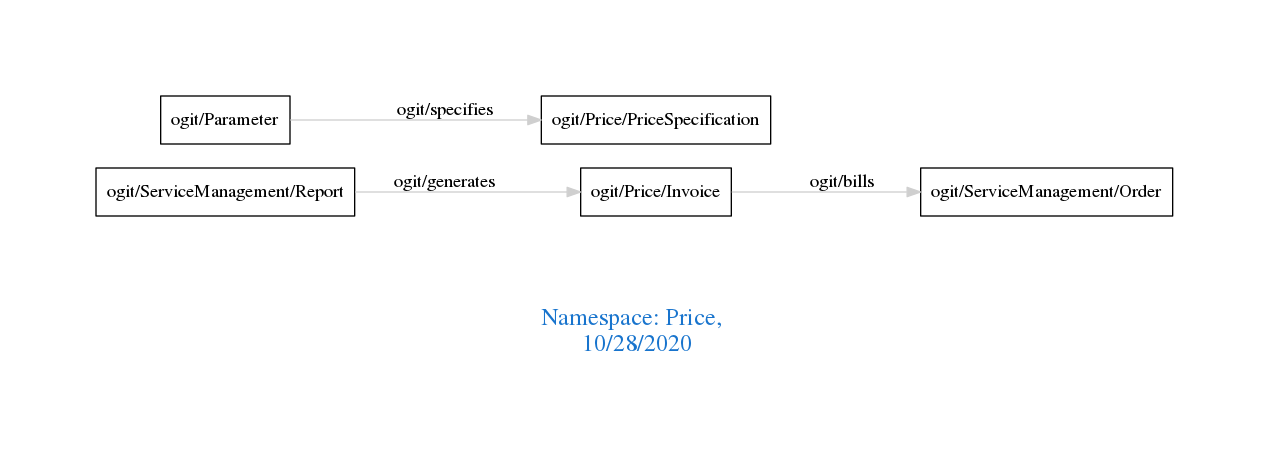
Above: downloads/Price.png in arago/OGIT (Graphviz), before the change. Its source is kept beside it as downloads/Price.dot.
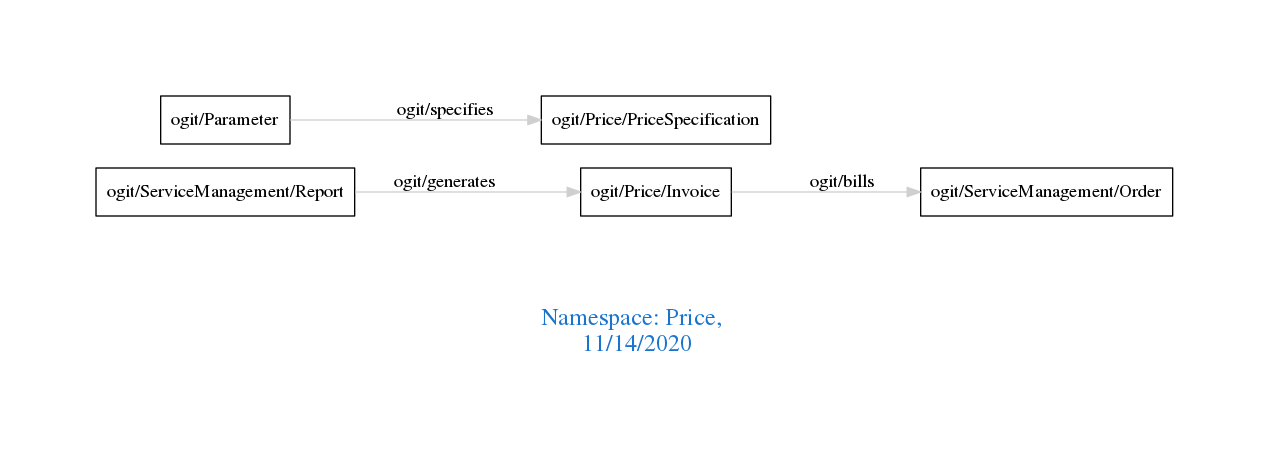
The same diagram one commit later.

Change to the diagram source:
```diff
@@ -1,7 +1,7 @@
 digraph OGIT_ontology {
  graph [ rankdir= LR,pad=1
 fontsize = 18,
-fontcolor= dodgerblue3,label = "\n\n\nNamespace: Price, \n 10/28/2020"];
+fontcolor= dodgerblue3,label = "\n\n\nNamespace: Price, \n 11/14/2020"];
 node[shape=polygon];
 edge [  color="gray81"];
 
```
